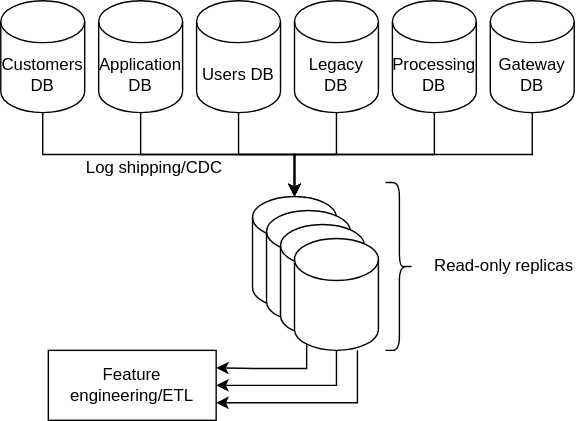
This is presentations/diagrams/problem-2-data-extraction-pipeline.svg from andykuszyk/andykuszyk.github.io, a draw.io export, as it was before one commit. Source tidied: cells renumbered, new cells last; positions are measured from the earlier drawing's top-left corner, leaving out a move shared by most shapes.
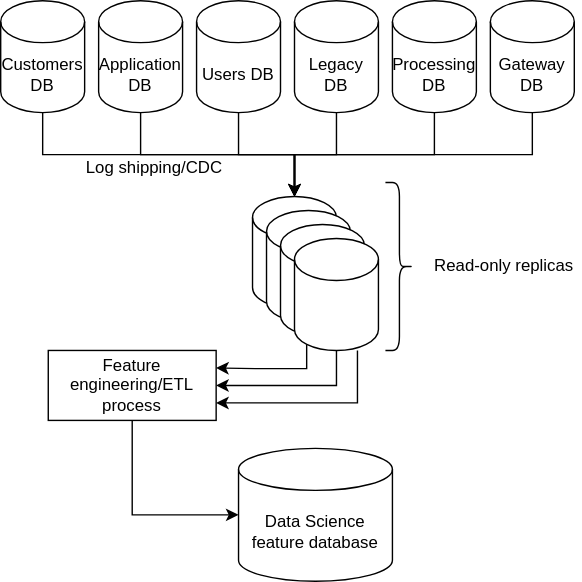
Above is the later version.

Change to the diagram source:
```diff
@@ -78,8 +78,14 @@
     <mxCell id="24" value="Log shipping/CDC" style="text;html=1;strokeColor=none;fillColor=none;align=center;verticalAlign=middle;whiteSpace=wrap;rounded=0;" parent="1" vertex="1">
       <mxGeometry x="50" y="110" width="120" height="20" as="geometry" />
     </mxCell>
+    <mxCell id="26" style="edgeStyle=orthogonalEdgeStyle;rounded=0;jettySize=auto;html=1;entryX=0;entryY=0.5;entryDx=0;entryDy=0;entryPerimeter=0;exitX=0.5;exitY=1;exitDx=0;exitDy=0;" parent="1" edge="1" source="25" target="27">
+      <mxGeometry relative="1" as="geometry" />
+    </mxCell>
-    <mxCell id="25" value="Feature engineering/ETL" style="rounded=0;whiteSpace=wrap;html=1;" parent="1" vertex="1">
+    <mxCell id="25" value="Feature engineering/ETL process" style="rounded=0;whiteSpace=wrap;html=1;" parent="1" vertex="1">
       <mxGeometry x="34" y="250" width="120" height="50" as="geometry" />
     </mxCell>
+    <mxCell id="27" value="Data Science feature database" style="shape=cylinder3;whiteSpace=wrap;html=1;boundedLbl=1;backgroundOutline=1;size=15;" parent="1" vertex="1">
+      <mxGeometry x="170" y="320" width="110" height="95" as="geometry" />
+    </mxCell>
   </root>
 </mxGraphModel>
```
